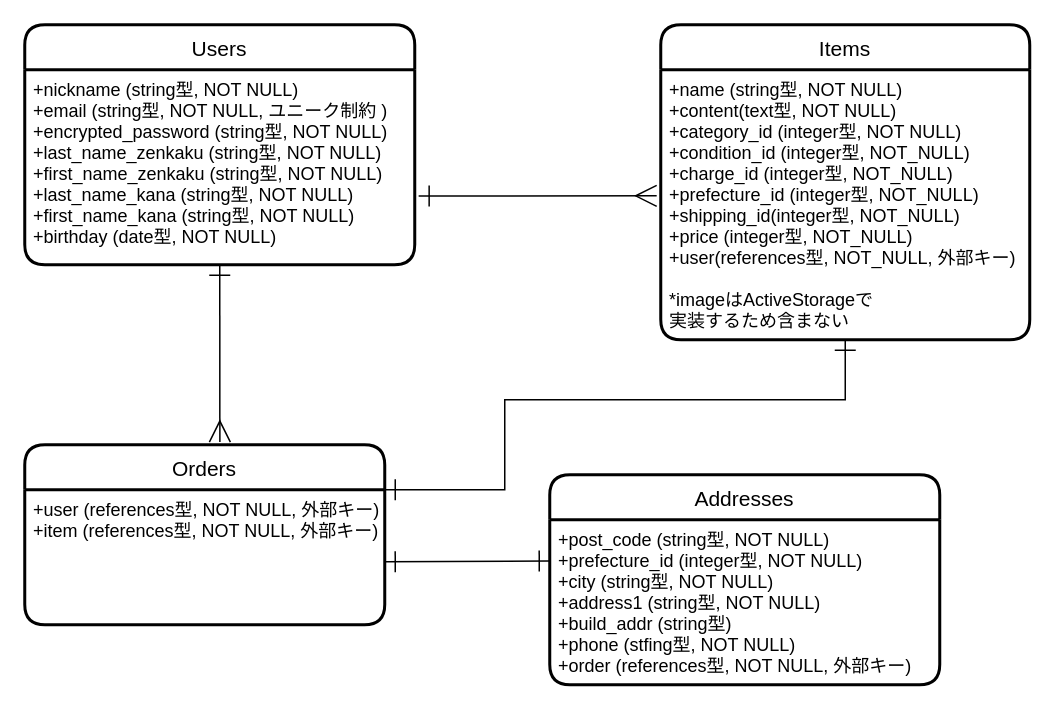
Earlier version of the draw.io diagram furima_er.dio (lmarcat344/furima-37629). Source tidied: cells renumbered, new cells numbered last; positions are measured from the earlier drawing's top-left corner, leaving out a move shared by most shapes. Both pictures are drawn from the tidied source at 150%, with x=0, y=0 at pixel (24, 24).
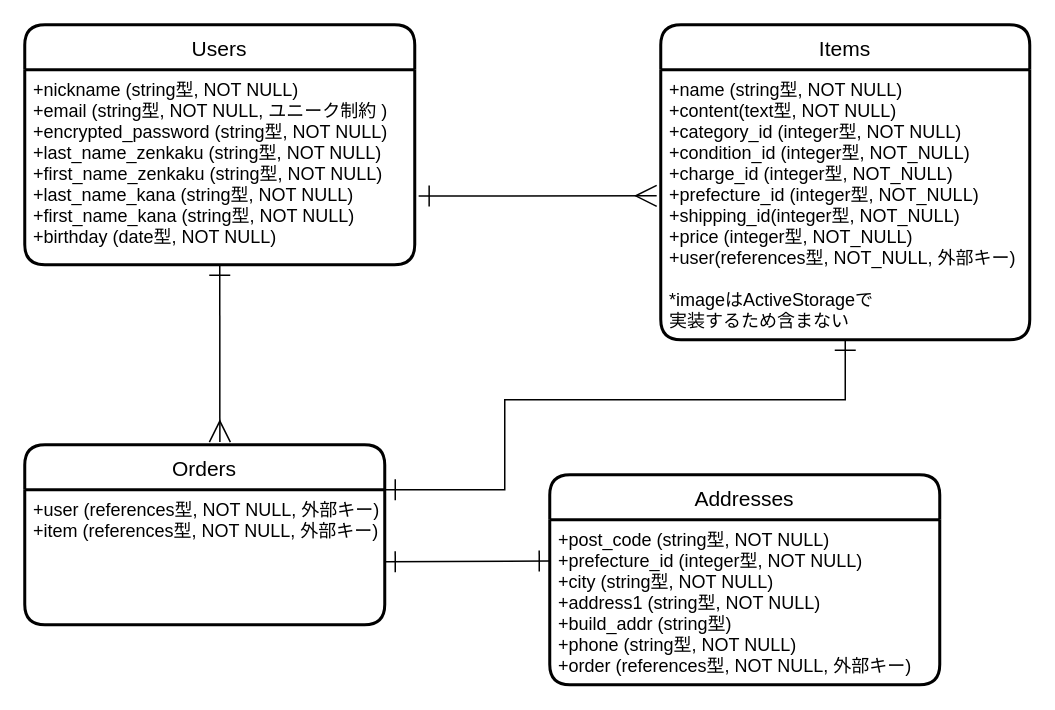
The same diagram, later.

Commit message:
修正3-1 ER図phone項目stfing型 → string型に修正

Change to the diagram source:
```diff
@@
 <mxGraphModel>
   <root>
     <mxCell id="0" />
     <mxCell id="1" parent="0" />
     <mxCell id="2" value="Users" style="swimlane;horizontal=1;startSize=30;rounded=1;fontSize=14;fontStyle=0;strokeWidth=2;shadow=0;dashed=0;align=center;" parent="1" vertex="1">
       <mxGeometry width="260" height="160" as="geometry" />
     </mxCell>
     <mxCell id="3" value="+nickname (string型, NOT NULL)&#10;+email (string型, NOT NULL, ユニーク制約 )&#10;+encrypted_password (string型, NOT NULL)&#10;+last_name_zenkaku (string型, NOT NULL)&#10;+first_name_zenkaku (string型, NOT NULL)&#10;+last_name_kana (string型, NOT NULL)&#10;+first_name_kana (string型, NOT NULL)&#10;+birthday (date型, NOT NULL)" style="align=left;strokeColor=none;fillColor=none;spacingLeft=4;fontSize=12;verticalAlign=top;" parent="2" vertex="1">
       <mxGeometry y="30" width="260" height="130" as="geometry" />
     </mxCell>
     <mxCell id="4" value="Items" style="swimlane;horizontal=1;startSize=30;rounded=1;fontSize=14;fontStyle=0;strokeWidth=2;shadow=0;dashed=0;align=center;" parent="1" vertex="1">
       <mxGeometry x="424" width="246" height="210" as="geometry" />
     </mxCell>
     <mxCell id="5" value="+name (string型, NOT NULL)&#10;+content(text型, NOT NULL)&#10;+category_id (integer型, NOT NULL)&#10;+condition_id (integer型, NOT_NULL)&#10;+charge_id (integer型, NOT_NULL)&#10;+prefecture_id (integer型, NOT_NULL)&#10;+shipping_id(integer型, NOT_NULL)&#10;+price (integer型, NOT_NULL)&#10;+user(references型, NOT_NULL, 外部キー)&#10;&#10;*imageはActiveStorageで&#10;実装するため含まない&#10;" style="align=left;strokeColor=none;fillColor=none;spacingLeft=4;fontSize=12;verticalAlign=top;" parent="4" vertex="1">
       <mxGeometry y="30" width="246" height="180" as="geometry" />
     </mxCell>
     <mxCell id="6" value="Addresses" style="swimlane;horizontal=1;startSize=30;rounded=1;fontSize=14;fontStyle=0;strokeWidth=2;shadow=0;dashed=0;align=center;" parent="1" vertex="1">
       <mxGeometry x="350" y="300" width="260" height="140" as="geometry" />
     </mxCell>
-    <mxCell id="7" value="+post_code (string型, NOT NULL)&#10;+prefecture_id (integer型, NOT NULL)&#10;+city (string型, NOT NULL)&#10;+address1 (string型, NOT NULL)&#10;+build_addr (string型)&#10;+phone (stfing型, NOT NULL)&#10;+order (references型, NOT NULL, 外部キー)" style="align=left;strokeColor=none;fillColor=none;spacingLeft=4;fontSize=12;verticalAlign=top;" parent="6" vertex="1">
+    <mxCell id="7" value="+post_code (string型, NOT NULL)&#10;+prefecture_id (integer型, NOT NULL)&#10;+city (string型, NOT NULL)&#10;+address1 (string型, NOT NULL)&#10;+build_addr (string型)&#10;+phone (string型, NOT NULL)&#10;+order (references型, NOT NULL, 外部キー)" style="align=left;strokeColor=none;fillColor=none;spacingLeft=4;fontSize=12;verticalAlign=top;" parent="6" vertex="1">
       <mxGeometry y="30" width="260" height="110" as="geometry" />
     </mxCell>
     <mxCell id="8" style="edgeStyle=none;rounded=0;html=1;exitX=1.01;exitY=0.647;exitDx=0;exitDy=0;fontSize=12;endArrow=ERmany;endFill=0;strokeColor=default;startArrow=ERone;startFill=0;strokeWidth=1;endSize=12;targetPerimeterSpacing=0;startSize=12;entryX=-0.011;entryY=0.467;entryDx=0;entryDy=0;entryPerimeter=0;exitPerimeter=0;" parent="1" edge="1" source="3" target="5">
       <mxGeometry relative="1" as="geometry" />
     </mxCell>
     <mxCell id="9" value="Orders" style="swimlane;horizontal=1;startSize=30;rounded=1;fontSize=14;fontStyle=0;strokeWidth=2;shadow=0;dashed=0;align=center;" parent="1" vertex="1">
       <mxGeometry y="280" width="240" height="120" as="geometry" />
     </mxCell>
     <mxCell id="10" value="+user (references型, NOT NULL, 外部キー)&#10;+item (references型, NOT NULL, 外部キー)" style="align=left;strokeColor=none;fillColor=none;spacingLeft=4;fontSize=12;verticalAlign=top;" parent="9" vertex="1">
       <mxGeometry y="30" width="240" height="90" as="geometry" />
     </mxCell>
     <mxCell id="11" style="edgeStyle=none;rounded=0;html=1;exitX=0.5;exitY=1;exitDx=0;exitDy=0;entryX=0.542;entryY=-0.015;entryDx=0;entryDy=0;entryPerimeter=0;fontSize=12;startArrow=ERone;startFill=0;endArrow=ERmany;endFill=0;startSize=12;endSize=12;targetPerimeterSpacing=0;strokeColor=default;strokeWidth=1;" parent="1" edge="1" source="3" target="9">
       <mxGeometry relative="1" as="geometry" />
     </mxCell>
     <mxCell id="12" style="edgeStyle=none;rounded=0;html=1;exitX=0.5;exitY=1;exitDx=0;exitDy=0;entryX=1;entryY=0;entryDx=0;entryDy=0;fontSize=12;startArrow=ERone;startFill=0;endArrow=ERone;endFill=0;startSize=12;endSize=12;targetPerimeterSpacing=0;strokeColor=default;strokeWidth=1;" parent="1" edge="1" source="5" target="10">
       <mxGeometry relative="1" as="geometry">
         <Array as="points">
           <mxPoint x="547" y="250" />
           <mxPoint x="320" y="250" />
           <mxPoint x="320" y="310" />
         </Array>
       </mxGeometry>
     </mxCell>
     <mxCell id="13" style="edgeStyle=none;rounded=0;html=1;entryX=0;entryY=0.25;entryDx=0;entryDy=0;fontSize=12;startArrow=ERone;startFill=0;endArrow=ERone;endFill=0;startSize=12;endSize=12;targetPerimeterSpacing=0;strokeColor=default;strokeWidth=1;" parent="1" edge="1" target="7">
       <mxGeometry relative="1" as="geometry">
         <mxPoint x="240" y="358" as="sourcePoint" />
       </mxGeometry>
     </mxCell>
   </root>
 </mxGraphModel>
```
